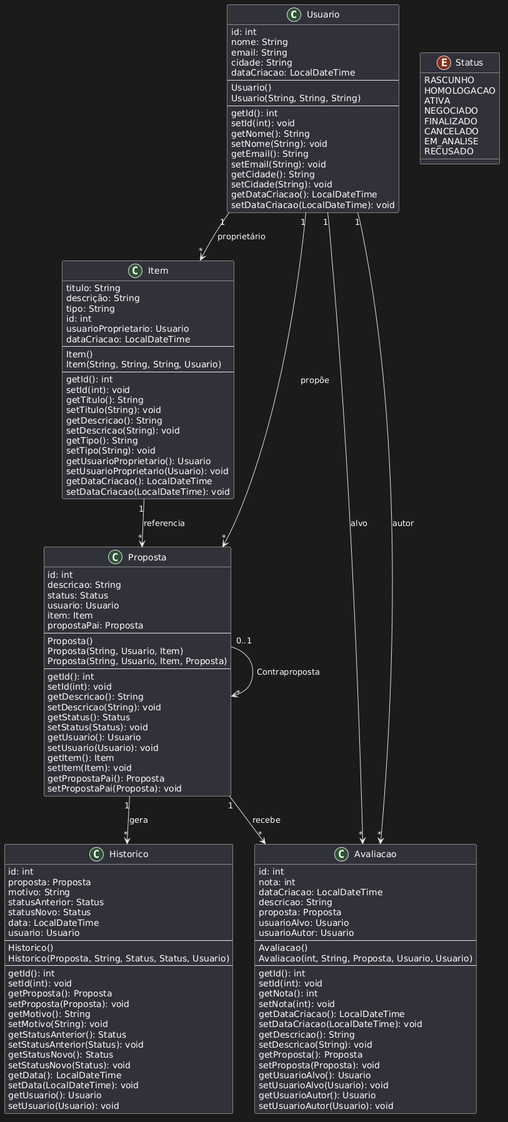
This is diagramas/DiagramaDeClasseV1.png from 2ez4calvin/arq_proj_2026, a PlantUML export, as it was before one commit. Source of this version:
```plantuml
@startuml
class Usuario {
	id: int
	nome: String
	email: String
	cidade: String
	dataCriacao: LocalDateTime
	--
	Usuario()
	Usuario(String, String, String)
	--
	getId(): int
	setId(int): void
	getNome(): String
	setNome(String): void
	getEmail(): String
	setEmail(String): void
	getCidade(): String
	setCidade(String): void
	getDataCriacao(): LocalDateTime
	setDataCriacao(LocalDateTime): void
}

class Item {
	titulo: String
	descrição: String
	tipo: String
	id: int
	usuarioProprietario: Usuario
	dataCriacao: LocalDateTime
	--
	Item()
	Item(String, String, String, Usuario)
	--
	getId(): int
	setId(int): void
	getTitulo(): String
	setTitulo(String): void
	getDescricao(): String
	setDescricao(String): void
	getTipo(): String
	setTipo(String): void
	getUsuarioProprietario(): Usuario
	setUsuarioProprietario(Usuario): void
	getDataCriacao(): LocalDateTime
	setDataCriacao(LocalDateTime): void
}

class Avaliacao {
	id: int
	nota: int
	dataCriacao: LocalDateTime
	descricao: String
	proposta: Proposta
	usuarioAlvo: Usuario
	usuarioAutor: Usuario
	--
	Avaliacao()
	Avaliacao(int, String, Proposta, Usuario, Usuario)
	--
	getId(): int
	setId(int): void
	getNota(): int
	setNota(int): void
	getDataCriacao(): LocalDateTime
	setDataCriacao(LocalDateTime): void
	getDescricao(): String
	setDescricao(String): void
	getProposta(): Proposta
	setProposta(Proposta): void
	getUsuarioAlvo(): Usuario
	setUsuarioAlvo(Usuario): void
	getUsuarioAutor(): Usuario
	setUsuarioAutor(Usuario): void
}

class Proposta {
	id: int
	descricao: String
	status: Status
	usuario: Usuario
	item: Item
	propostaPai: Proposta
	--
	Proposta()
	Proposta(String, Usuario, Item)
	Proposta(String, Usuario, Item, Proposta)
	--
	getId(): int
	setId(int): void
	getDescricao(): String
	setDescricao(String): void
	getStatus(): Status
	setStatus(Status): void
	getUsuario(): Usuario
	setUsuario(Usuario): void
	getItem(): Item
	setItem(Item): void
	getPropostaPai(): Proposta
	setPropostaPai(Proposta): void
}

class Historico {
	id: int
	proposta: Proposta
	motivo: String
	statusAnterior: Status
	statusNovo: Status
	data: LocalDateTime
	usuario: Usuario
	--
	Historico()
	Historico(Proposta, String, Status, Status, Usuario)
	--
	getId(): int
	setId(int): void
	getProposta(): Proposta
	setProposta(Proposta): void
	getMotivo(): String
	setMotivo(String): void
	getStatusAnterior(): Status
	setStatusAnterior(Status): void
	getStatusNovo(): Status
	setStatusNovo(Status): void
	getData(): LocalDateTime
	setData(LocalDateTime): void
	getUsuario(): Usuario
	setUsuario(Usuario): void
}

enum Status {
	RASCUNHO
	HOMOLOGACAO
	ATIVA
	NEGOCIADO
	FINALIZADO
	CANCELADO
	EM_ANALISE
	RECUSADO
}

Usuario "1" --> "*" Item : proprietário
Usuario "1" --> "*" Proposta : propõe
Usuario "1" --> "*" Avaliacao : autor
Usuario "1" --> "*" Avaliacao : alvo
Item "1" --> "*" Proposta : referencia
Proposta "0..1" --> "*" Proposta : Contraproposta
Proposta "1" --> "*" Historico : gera
Proposta "1" --> "*" Avaliacao : recebe
@enduml
```
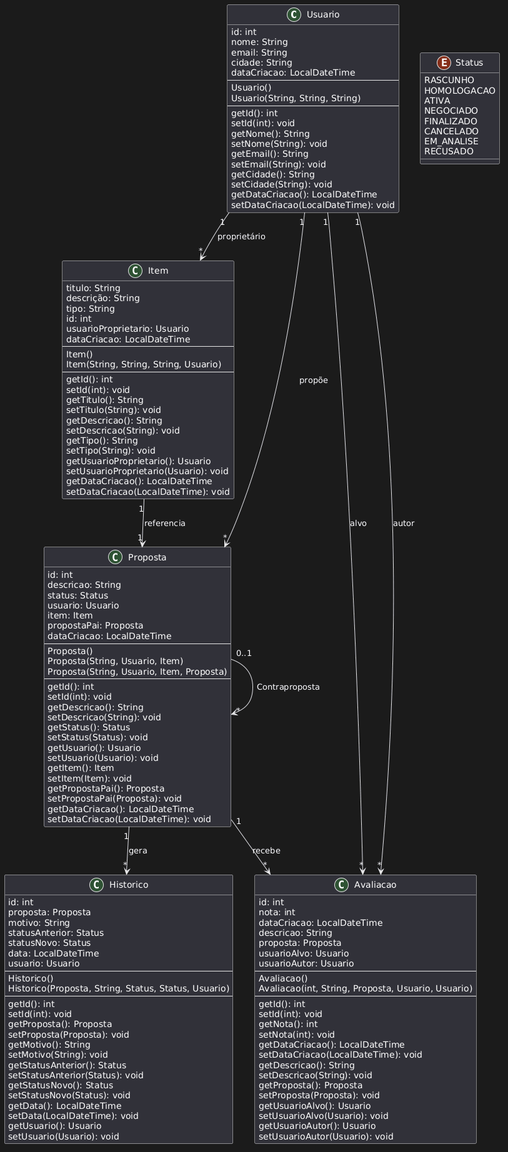
Later version of the same file.

Diff of the diagram source:
```diff
@@ -81,6 +81,7 @@
 	usuario: Usuario
 	item: Item
 	propostaPai: Proposta
+	dataCriacao: LocalDateTime
 	--
 	Proposta()
 	Proposta(String, Usuario, Item)
@@ -98,6 +99,8 @@
 	setItem(Item): void
 	getPropostaPai(): Proposta
 	setPropostaPai(Proposta): void
+	getDataCriacao(): LocalDateTime
+	setDataCriacao(LocalDateTime): void
 }
 
 class Historico {
@@ -143,7 +146,7 @@
 Usuario "1" --> "*" Proposta : propõe
 Usuario "1" --> "*" Avaliacao : autor
 Usuario "1" --> "*" Avaliacao : alvo
-Item "1" --> "*" Proposta : referencia
+Item "1" --> "1" Proposta : referencia
 Proposta "0..1" --> "*" Proposta : Contraproposta
 Proposta "1" --> "*" Historico : gera
 Proposta "1" --> "*" Avaliacao : recebe
```
